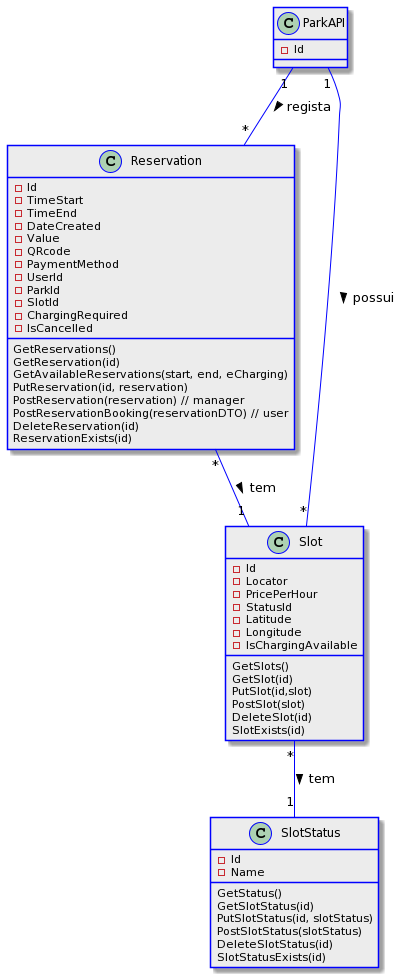
This is Documentos/API Public Park/UC 2/UC2DC_img.png from UPskillDOTNET/SapienSoft, a PlantUML export, as it was before one commit.
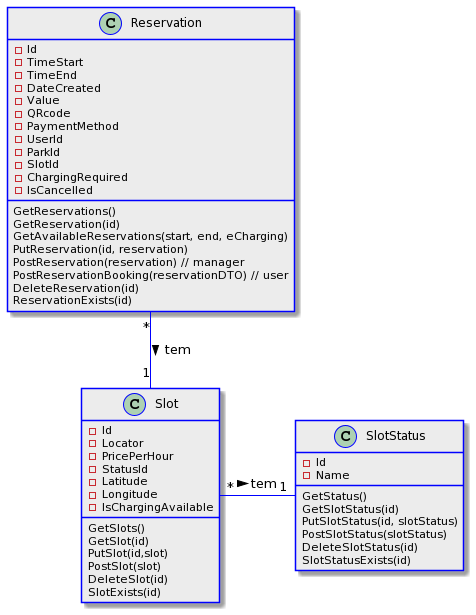
After the change.

Diff of the diagram source:
```diff
@@ -3,10 +3,6 @@
 BackgroundColor #ECECEC
 ArrowColor Blue
 BorderColor Blue
-}
-
-class ParkAPI{
-- Id
 }
 
 class Reservation{
@@ -60,8 +56,6 @@
 }
 
 
-ParkAPI"1" -- "*" Reservation : > regista
-ParkAPI"1" -- "*" Slot : > possui
 Reservation"*" -- "1" Slot : > tem
-Slot"*" -- "1" SlotStatus : > tem
+Slot"*" -right- "1" SlotStatus : > tem
 @enduml
```
